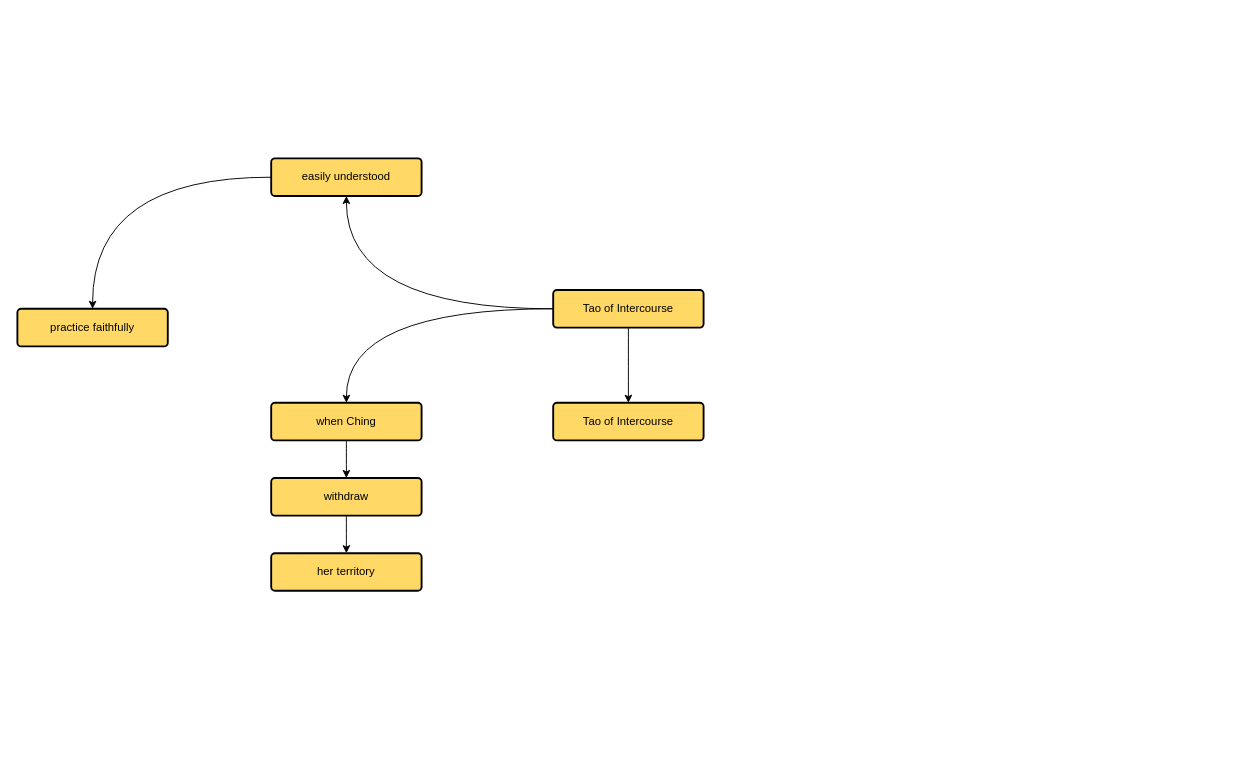
Above: art_of_the_bedchamber-the_sui_tang_classics_reconstructed.drawio in msizi-mlaba/msizi-mlaba (draw.io), before the change. Source tidied: cells renumbered, new cells numbered last; positions are measured from the earlier drawing's top-left corner, leaving out a move shared by most shapes. Both pictures are drawn from the tidied source at 94%, with x=0, y=0 at pixel (17, 158).
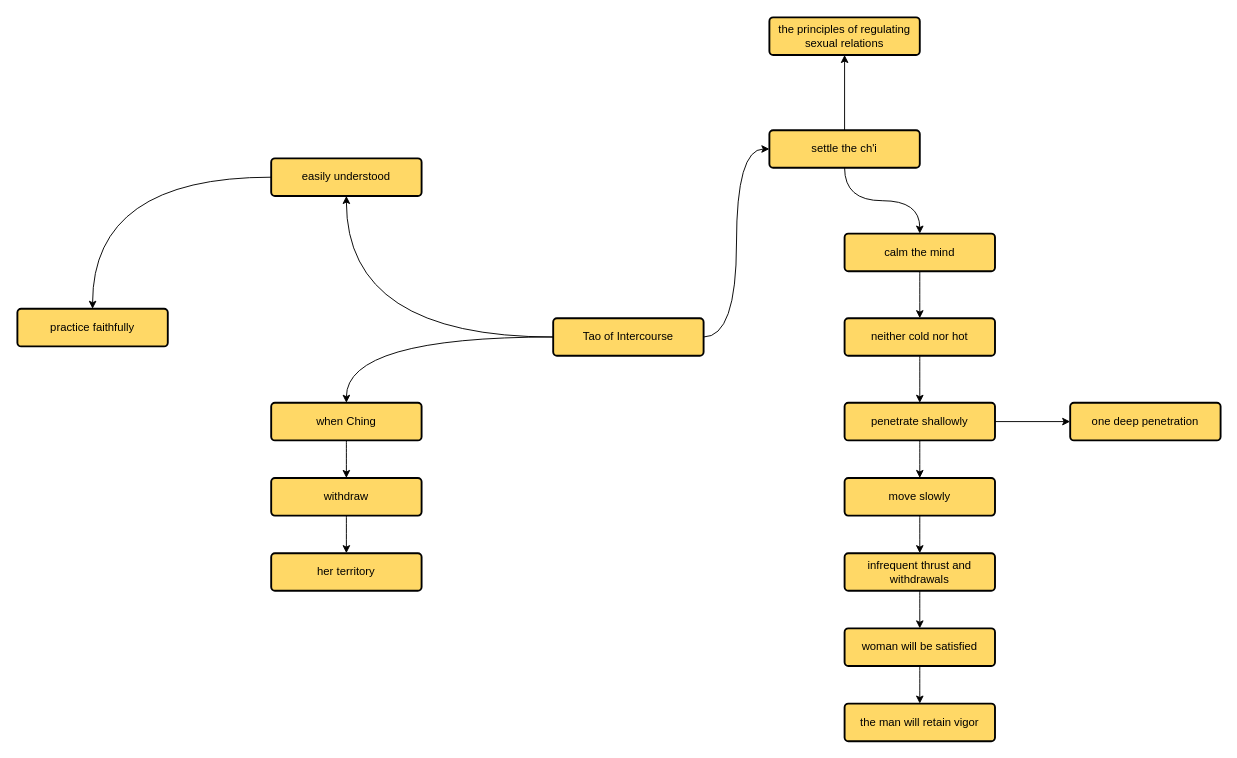
After the change.

The edit, as a diff of the source:
```diff
@@
-    <mxCell id="4" style="edgeStyle=orthogonalEdgeStyle;rounded=0;jettySize=auto;html=1;curved=1;" parent="1" edge="1" source="5" target="14">
+    <mxCell id="4" style="edgeStyle=orthogonalEdgeStyle;rounded=0;jettySize=auto;html=1;curved=1;entryX=0;entryY=0.5;entryDx=0;entryDy=0;" parent="1" edge="1" source="5" target="14">
       <mxGeometry relative="1" as="geometry" />
     </mxCell>
     <mxCell id="5" value="Tao of Intercourse" style="rounded=1;whiteSpace=wrap;html=1;arcSize=10;fillColor=#FFD866;strokeColor=light-dark(#000000, #6d5100);strokeWidth=2;" parent="1" vertex="1">
-      <mxGeometry x="570" y="140" width="160" height="40" as="geometry" />
+      <mxGeometry x="570" y="170" width="160" height="40" as="geometry" />
     </mxCell>
@@
+    <mxCell id="15" style="edgeStyle=orthogonalEdgeStyle;rounded=0;jettySize=auto;html=1;curved=1;" parent="1" edge="1" source="14" target="18">
+      <mxGeometry relative="1" as="geometry" />
+    </mxCell>
+    <mxCell id="16" style="edgeStyle=orthogonalEdgeStyle;rounded=0;jettySize=auto;html=1;" parent="1" edge="1" source="14" target="31">
+      <mxGeometry relative="1" as="geometry" />
+    </mxCell>
-    <mxCell id="14" value="Tao of Intercourse" style="rounded=1;whiteSpace=wrap;html=1;arcSize=10;fillColor=#FFD866;strokeColor=light-dark(#000000, #6d5100);strokeWidth=2;" parent="1" vertex="1">
-      <mxGeometry x="570" y="260" width="160" height="40" as="geometry" />
+    <mxCell id="14" value="settle the ch'i" style="rounded=1;whiteSpace=wrap;html=1;arcSize=10;fillColor=#FFD866;strokeColor=light-dark(#000000, #6d5100);strokeWidth=2;" parent="1" vertex="1">
+      <mxGeometry x="800" y="-30" width="160" height="40" as="geometry" />
     </mxCell>
+    <mxCell id="17" style="edgeStyle=orthogonalEdgeStyle;rounded=0;jettySize=auto;html=1;curved=1;" parent="1" edge="1" source="18" target="20">
+      <mxGeometry relative="1" as="geometry" />
+    </mxCell>
+    <mxCell id="18" value="calm the mind" style="rounded=1;whiteSpace=wrap;html=1;arcSize=10;fillColor=#FFD866;strokeColor=light-dark(#000000, #6d5100);strokeWidth=2;" parent="1" vertex="1">
+      <mxGeometry x="880" y="80" width="160" height="40" as="geometry" />
+    </mxCell>
+    <mxCell id="19" style="edgeStyle=orthogonalEdgeStyle;rounded=0;jettySize=auto;html=1;curved=1;" parent="1" edge="1" source="20" target="23">
+      <mxGeometry relative="1" as="geometry" />
+    </mxCell>
+    <mxCell id="20" value="neither cold nor hot" style="rounded=1;whiteSpace=wrap;html=1;arcSize=10;fillColor=#FFD866;strokeColor=light-dark(#000000, #6d5100);strokeWidth=2;" parent="1" vertex="1">
+      <mxGeometry x="880" y="170" width="160" height="40" as="geometry" />
+    </mxCell>
+    <mxCell id="21" style="edgeStyle=orthogonalEdgeStyle;rounded=0;jettySize=auto;html=1;curved=1;" parent="1" edge="1" source="23" target="25">
+      <mxGeometry relative="1" as="geometry" />
+    </mxCell>
+    <mxCell id="22" style="edgeStyle=orthogonalEdgeStyle;rounded=0;jettySize=auto;html=1;" parent="1" edge="1" source="23" target="32">
+      <mxGeometry relative="1" as="geometry" />
+    </mxCell>
+    <mxCell id="23" value="penetrate shallowly" style="rounded=1;whiteSpace=wrap;html=1;arcSize=10;fillColor=#FFD866;strokeColor=light-dark(#000000, #6d5100);strokeWidth=2;" parent="1" vertex="1">
+      <mxGeometry x="880" y="260" width="160" height="40" as="geometry" />
+    </mxCell>
+    <mxCell id="24" style="edgeStyle=orthogonalEdgeStyle;rounded=0;jettySize=auto;html=1;curved=1;" parent="1" edge="1" source="25" target="27">
+      <mxGeometry relative="1" as="geometry" />
+    </mxCell>
+    <mxCell id="25" value="move slowly" style="rounded=1;whiteSpace=wrap;html=1;arcSize=10;fillColor=#FFD866;strokeColor=light-dark(#000000, #6d5100);strokeWidth=2;" parent="1" vertex="1">
+      <mxGeometry x="880" y="340" width="160" height="40" as="geometry" />
+    </mxCell>
+    <mxCell id="26" style="edgeStyle=orthogonalEdgeStyle;rounded=0;jettySize=auto;html=1;curved=1;" parent="1" edge="1" source="27" target="29">
+      <mxGeometry relative="1" as="geometry" />
+    </mxCell>
+    <mxCell id="27" value="infrequent thrust and withdrawals" style="rounded=1;whiteSpace=wrap;html=1;arcSize=10;fillColor=#FFD866;strokeColor=light-dark(#000000, #6d5100);strokeWidth=2;" parent="1" vertex="1">
+      <mxGeometry x="880" y="420" width="160" height="40" as="geometry" />
+    </mxCell>
+    <mxCell id="28" style="edgeStyle=orthogonalEdgeStyle;rounded=0;jettySize=auto;html=1;curved=1;" parent="1" edge="1" source="29" target="30">
+      <mxGeometry relative="1" as="geometry" />
+    </mxCell>
+    <mxCell id="29" value="woman will be satisfied" style="rounded=1;whiteSpace=wrap;html=1;arcSize=10;fillColor=#FFD866;strokeColor=light-dark(#000000, #6d5100);strokeWidth=2;" parent="1" vertex="1">
+      <mxGeometry x="880" y="500" width="160" height="40" as="geometry" />
+    </mxCell>
+    <mxCell id="30" value="the man will retain vigor" style="rounded=1;whiteSpace=wrap;html=1;arcSize=10;fillColor=#FFD866;strokeColor=light-dark(#000000, #6d5100);strokeWidth=2;" parent="1" vertex="1">
+      <mxGeometry x="880" y="580" width="160" height="40" as="geometry" />
+    </mxCell>
+    <mxCell id="31" value="the principles of regulating sexual relations" style="rounded=1;whiteSpace=wrap;html=1;arcSize=10;fillColor=#FFD866;strokeColor=light-dark(#000000, #6d5100);strokeWidth=2;" parent="1" vertex="1">
+      <mxGeometry x="800" y="-150" width="160" height="40" as="geometry" />
+    </mxCell>
+    <mxCell id="32" value="one deep penetration" style="rounded=1;whiteSpace=wrap;html=1;arcSize=10;fillColor=#FFD866;strokeColor=light-dark(#000000, #6d5100);strokeWidth=2;" parent="1" vertex="1">
+      <mxGeometry x="1120" y="260" width="160" height="40" as="geometry" />
+    </mxCell>
```
